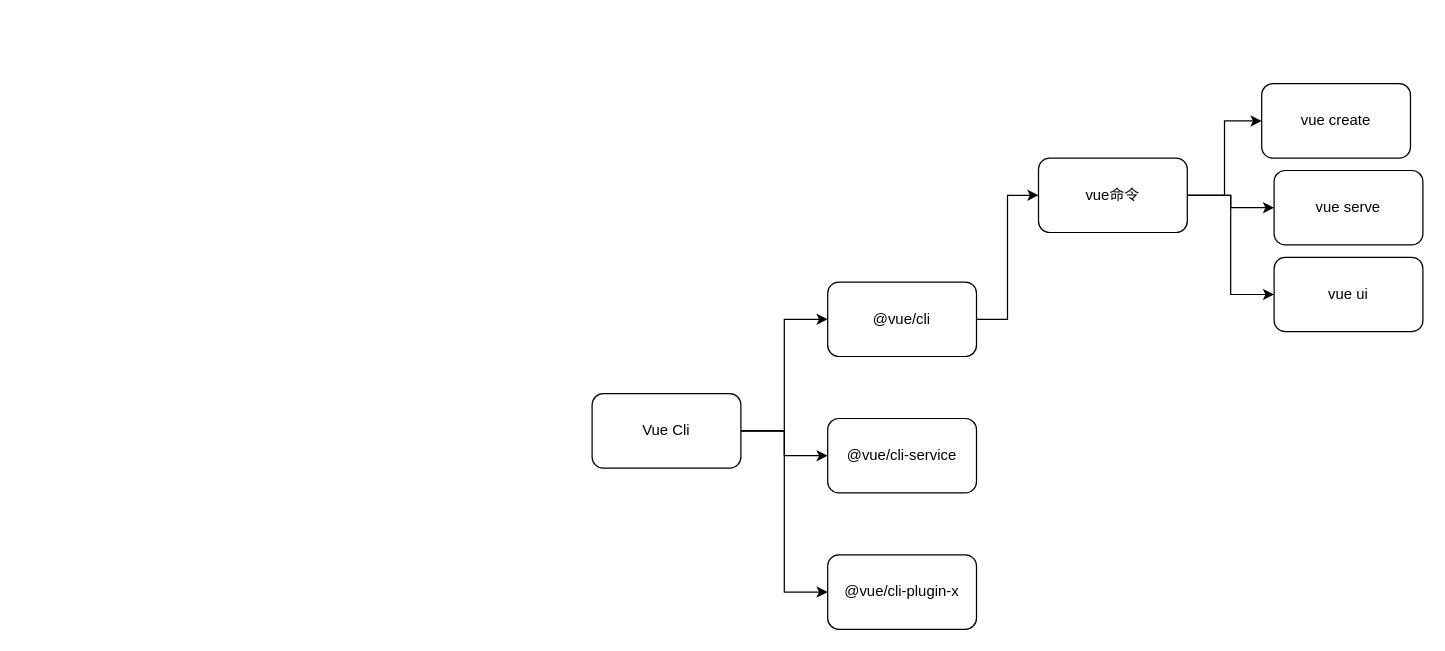
Before: frontend/vuecli.drawio in Rockergmail/draw.io, a draw.io diagram. Source tidied: cells renumbered, new cells numbered last; positions are measured from the earlier drawing's top-left corner, leaving out a move shared by most shapes. Both pictures are drawn from the tidied source at 124%, with x=0, y=0 at pixel (591, 83).
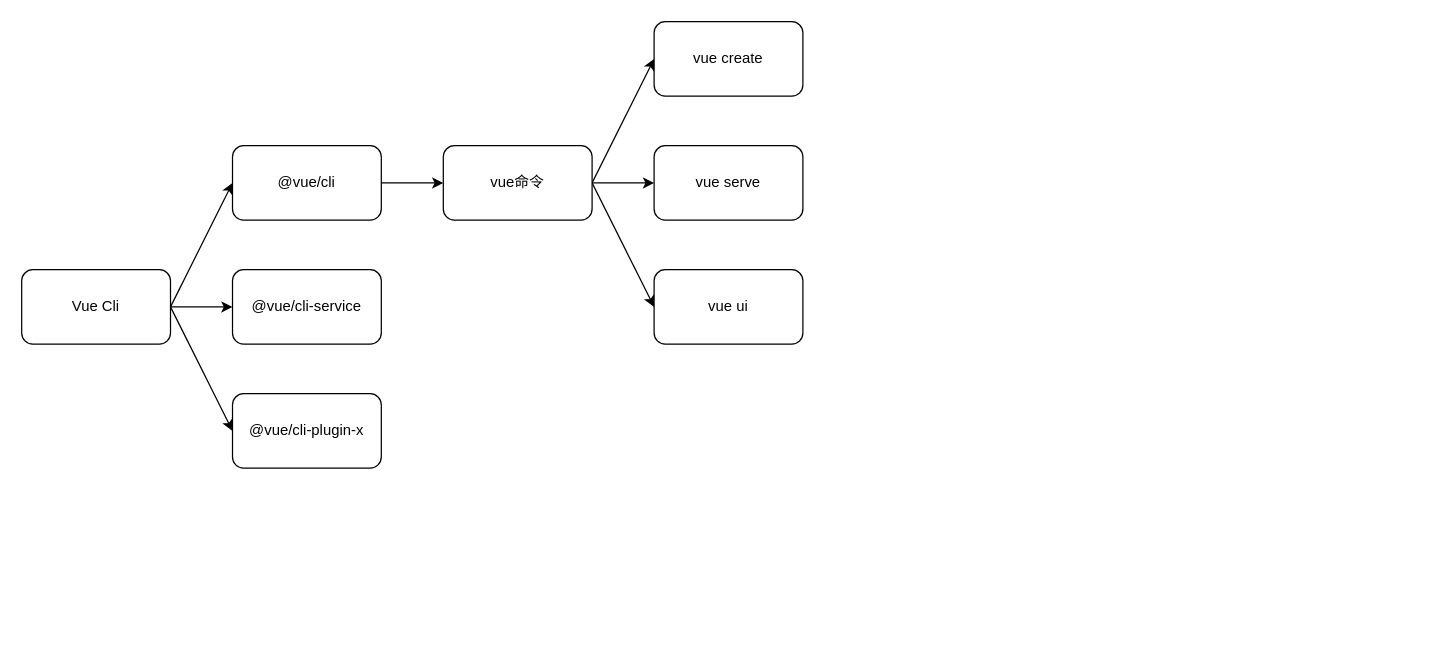
The same diagram, later.

The edit, as a diff of the source:
```diff
@@
 <mxGraphModel>
   <root>
     <mxCell id="0" />
     <mxCell id="1" parent="0" />
-    <mxCell id="2" style="edgeStyle=orthogonalEdgeStyle;rounded=0;jettySize=auto;html=1;exitX=1;exitY=0.5;exitDx=0;exitDy=0;entryX=0;entryY=0.5;entryDx=0;entryDy=0;" parent="1" edge="1" source="5" target="7">
+    <mxCell id="2" style="edgeStyle=orthogonalEdgeStyle;rounded=0;jettySize=auto;html=1;exitX=1;exitY=0.5;exitDx=0;exitDy=0;entryX=0;entryY=0.5;entryDx=0;entryDy=0;noEdgeStyle=1;orthogonal=1;" parent="1" edge="1" source="5" target="7">
       <mxGeometry relative="1" as="geometry" />
     </mxCell>
-    <mxCell id="3" style="edgeStyle=orthogonalEdgeStyle;rounded=0;jettySize=auto;html=1;exitX=1;exitY=0.5;exitDx=0;exitDy=0;entryX=0;entryY=0.5;entryDx=0;entryDy=0;" parent="1" edge="1" source="5" target="8">
+    <mxCell id="3" style="edgeStyle=orthogonalEdgeStyle;rounded=0;jettySize=auto;html=1;exitX=1;exitY=0.5;exitDx=0;exitDy=0;entryX=0;entryY=0.5;entryDx=0;entryDy=0;noEdgeStyle=1;orthogonal=1;" parent="1" edge="1" source="5" target="8">
       <mxGeometry relative="1" as="geometry" />
     </mxCell>
-    <mxCell id="4" style="edgeStyle=orthogonalEdgeStyle;rounded=0;jettySize=auto;html=1;exitX=1;exitY=0.5;exitDx=0;exitDy=0;entryX=0;entryY=0.5;entryDx=0;entryDy=0;" parent="1" edge="1" source="5" target="9">
+    <mxCell id="4" style="edgeStyle=orthogonalEdgeStyle;rounded=0;jettySize=auto;html=1;exitX=1;exitY=0.5;exitDx=0;exitDy=0;entryX=0;entryY=0.5;entryDx=0;entryDy=0;noEdgeStyle=1;orthogonal=1;" parent="1" edge="1" source="5" target="9">
       <mxGeometry relative="1" as="geometry" />
     </mxCell>
     <mxCell id="5" value="Vue Cli" style="rounded=1;whiteSpace=wrap;html=1;" parent="1" vertex="1">
-      <mxGeometry y="250" width="120" height="60" as="geometry" />
+      <mxGeometry x="-460" y="150" width="120" height="60" as="geometry" />
     </mxCell>
-    <mxCell id="6" style="edgeStyle=orthogonalEdgeStyle;rounded=0;jettySize=auto;html=1;exitX=1;exitY=0.5;exitDx=0;exitDy=0;entryX=0;entryY=0.5;entryDx=0;entryDy=0;" parent="1" edge="1" source="7" target="15">
+    <mxCell id="6" style="edgeStyle=orthogonalEdgeStyle;rounded=0;jettySize=auto;html=1;exitX=1;exitY=0.5;exitDx=0;exitDy=0;entryX=0;entryY=0.5;entryDx=0;entryDy=0;noEdgeStyle=1;orthogonal=1;" parent="1" edge="1" source="7" target="15">
       <mxGeometry relative="1" as="geometry" />
     </mxCell>
     <mxCell id="7" value="@vue/cli" style="rounded=1;whiteSpace=wrap;html=1;" parent="1" vertex="1">
-      <mxGeometry x="190" y="160" width="120" height="60" as="geometry" />
+      <mxGeometry x="-290" y="50" width="120" height="60" as="geometry" />
     </mxCell>
     <mxCell id="8" value="@vue/cli-service" style="rounded=1;whiteSpace=wrap;html=1;" parent="1" vertex="1">
-      <mxGeometry x="190" y="270" width="120" height="60" as="geometry" />
+      <mxGeometry x="-290" y="150" width="120" height="60" as="geometry" />
     </mxCell>
     <mxCell id="9" value="@vue/cli-plugin-x" style="rounded=1;whiteSpace=wrap;html=1;" parent="1" vertex="1">
-      <mxGeometry x="190" y="380" width="120" height="60" as="geometry" />
+      <mxGeometry x="-290" y="250" width="120" height="60" as="geometry" />
     </mxCell>
     <mxCell id="10" value="vue serve" style="rounded=1;whiteSpace=wrap;html=1;" parent="1" vertex="1">
-      <mxGeometry x="550" y="70" width="120" height="60" as="geometry" />
+      <mxGeometry x="50" y="50" width="120" height="60" as="geometry" />
     </mxCell>
     <mxCell id="11" value="vue create" style="rounded=1;whiteSpace=wrap;html=1;" parent="1" vertex="1">
-      <mxGeometry x="540" width="120" height="60" as="geometry" />
+      <mxGeometry x="50" y="-50" width="120" height="60" as="geometry" />
     </mxCell>
-    <mxCell id="12" style="edgeStyle=orthogonalEdgeStyle;rounded=0;jettySize=auto;html=1;exitX=1;exitY=0.5;exitDx=0;exitDy=0;entryX=0;entryY=0.5;entryDx=0;entryDy=0;" parent="1" edge="1" source="15" target="11">
+    <mxCell id="12" style="edgeStyle=orthogonalEdgeStyle;rounded=0;jettySize=auto;html=1;exitX=1;exitY=0.5;exitDx=0;exitDy=0;entryX=0;entryY=0.5;entryDx=0;entryDy=0;noEdgeStyle=1;orthogonal=1;" parent="1" edge="1" source="15" target="11">
       <mxGeometry relative="1" as="geometry" />
     </mxCell>
-    <mxCell id="13" style="edgeStyle=orthogonalEdgeStyle;rounded=0;jettySize=auto;html=1;exitX=1;exitY=0.5;exitDx=0;exitDy=0;entryX=0;entryY=0.5;entryDx=0;entryDy=0;" parent="1" edge="1" source="15" target="10">
+    <mxCell id="13" style="edgeStyle=orthogonalEdgeStyle;rounded=0;jettySize=auto;html=1;exitX=1;exitY=0.5;exitDx=0;exitDy=0;entryX=0;entryY=0.5;entryDx=0;entryDy=0;noEdgeStyle=1;orthogonal=1;" parent="1" edge="1" source="15" target="10">
       <mxGeometry relative="1" as="geometry" />
     </mxCell>
-    <mxCell id="14" style="edgeStyle=orthogonalEdgeStyle;rounded=0;jettySize=auto;html=1;exitX=1;exitY=0.5;exitDx=0;exitDy=0;entryX=0;entryY=0.5;entryDx=0;entryDy=0;" parent="1" edge="1" source="15" target="16">
+    <mxCell id="14" style="edgeStyle=orthogonalEdgeStyle;rounded=0;jettySize=auto;html=1;exitX=1;exitY=0.5;exitDx=0;exitDy=0;entryX=0;entryY=0.5;entryDx=0;entryDy=0;noEdgeStyle=1;orthogonal=1;" parent="1" edge="1" source="15" target="16">
       <mxGeometry relative="1" as="geometry" />
     </mxCell>
     <mxCell id="15" value="vue命令" style="rounded=1;whiteSpace=wrap;html=1;" parent="1" vertex="1">
-      <mxGeometry x="360" y="60" width="120" height="60" as="geometry" />
+      <mxGeometry x="-120" y="50" width="120" height="60" as="geometry" />
     </mxCell>
     <mxCell id="16" value="vue ui&lt;br&gt;" style="rounded=1;whiteSpace=wrap;html=1;" parent="1" vertex="1">
-      <mxGeometry x="550" y="140" width="120" height="60" as="geometry" />
+      <mxGeometry x="50" y="150" width="120" height="60" as="geometry" />
     </mxCell>
   </root>
 </mxGraphModel>
```
